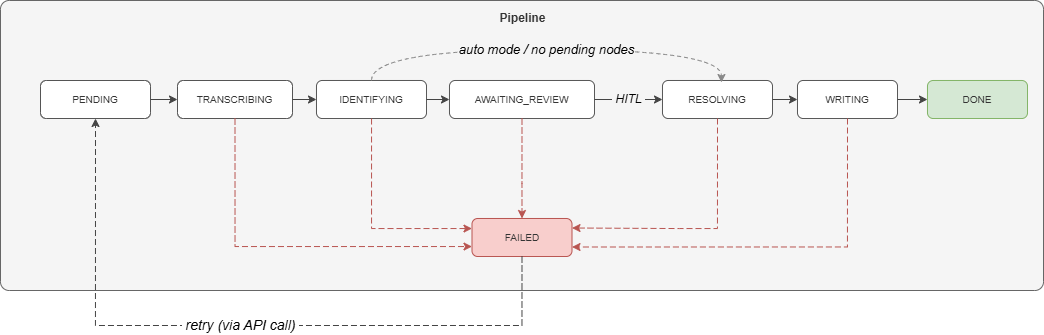
Earlier version of the draw.io export thesis/figures/job_lifecycle.drawio.png (josepmafe/seshat). Source tidied: cells renumbered, new cells last; positions are measured from the earlier drawing's top-left corner, leaving out a move shared by most shapes. Its diagram source:
```xml
<mxGraphModel>
  <root>
    <mxCell id="0" />
    <mxCell id="1" parent="0" />
    <mxCell id="2" value="Pipeline" style="rounded=1;arcSize=3;verticalAlign=top;html=1;fillColor=#f5f5f5;strokeColor=#666666;fontStyle=1;fontSize=12;fontFamily=Arial;fontColor=#333333;spacingTop=4;" parent="1" vertex="1">
      <mxGeometry width="1043" height="290" as="geometry" />
    </mxCell>
    <mxCell id="3" value="PENDING" style="rounded=1;whiteSpace=wrap;html=1;fillColor=#ffffff;strokeColor=#555555;fontSize=10;fontFamily=Arial;fontColor=#333333;" parent="1" vertex="1">
      <mxGeometry x="40" y="80" width="110" height="38" as="geometry" />
    </mxCell>
    <mxCell id="4" value="TRANSCRIBING" style="rounded=1;whiteSpace=wrap;html=1;fillColor=#ffffff;strokeColor=#555555;fontSize=10;fontFamily=Arial;fontColor=#333333;" parent="1" vertex="1">
      <mxGeometry x="177" y="80" width="115" height="38" as="geometry" />
    </mxCell>
    <mxCell id="5" value="IDENTIFYING" style="rounded=1;whiteSpace=wrap;html=1;fillColor=#ffffff;strokeColor=#555555;fontSize=10;fontFamily=Arial;fontColor=#333333;" parent="1" vertex="1">
      <mxGeometry x="316" y="80" width="110" height="38" as="geometry" />
    </mxCell>
    <mxCell id="6" value="AWAITING_REVIEW" style="rounded=1;whiteSpace=wrap;html=1;fillColor=#ffffff;strokeColor=#555555;fontSize=10;fontFamily=Arial;fontColor=#333333;" parent="1" vertex="1">
      <mxGeometry x="449" y="80" width="145" height="38" as="geometry" />
    </mxCell>
    <mxCell id="7" value="RESOLVING" style="rounded=1;whiteSpace=wrap;html=1;fillColor=#ffffff;strokeColor=#555555;fontSize=10;fontFamily=Arial;fontColor=#333333;" parent="1" vertex="1">
      <mxGeometry x="662" y="80" width="110" height="38" as="geometry" />
    </mxCell>
    <mxCell id="8" value="WRITING" style="rounded=1;whiteSpace=wrap;html=1;fillColor=#ffffff;strokeColor=#555555;fontSize=10;fontFamily=Arial;fontColor=#333333;" parent="1" vertex="1">
      <mxGeometry x="797" y="80" width="100" height="38" as="geometry" />
    </mxCell>
    <mxCell id="9" value="DONE" style="rounded=1;whiteSpace=wrap;html=1;fillColor=#d5e8d4;strokeColor=#82b366;fontSize=10;fontFamily=Arial;fontColor=#333333;" parent="1" vertex="1">
      <mxGeometry x="927" y="80" width="100" height="38" as="geometry" />
    </mxCell>
    <mxCell id="10" value="FAILED" style="rounded=1;whiteSpace=wrap;html=1;fillColor=#f8cecc;strokeColor=#b85450;fontSize=10;fontFamily=Arial;fontColor=#333333;" parent="1" vertex="1">
      <mxGeometry x="471.5" y="218" width="100" height="38" as="geometry" />
    </mxCell>
    <mxCell id="11" style="edgeStyle=orthogonalEdgeStyle;rounded=0;html=1;strokeColor=#444444;" parent="1" edge="1" source="3" target="4">
      <mxGeometry relative="1" as="geometry" />
    </mxCell>
    <mxCell id="12" style="edgeStyle=orthogonalEdgeStyle;rounded=0;html=1;strokeColor=#444444;" parent="1" edge="1" source="4" target="5">
      <mxGeometry relative="1" as="geometry" />
    </mxCell>
    <mxCell id="13" style="edgeStyle=orthogonalEdgeStyle;rounded=0;html=1;strokeColor=#444444;" parent="1" edge="1" source="5" target="6">
      <mxGeometry relative="1" as="geometry" />
    </mxCell>
    <mxCell id="14" value="&lt;i&gt;&lt;font style=&quot;font-size: 12px;&quot;&gt;&amp;nbsp;HITL&amp;nbsp;&lt;/font&gt;&lt;/i&gt;" style="edgeStyle=orthogonalEdgeStyle;rounded=0;html=1;strokeColor=#444444;fontSize=9;fontFamily=Arial;labelBackgroundColor=#f5f5f5;" parent="1" edge="1" source="6" target="7">
      <mxGeometry relative="1" as="geometry" />
    </mxCell>
    <mxCell id="15" value="&lt;i&gt;&lt;font style=&quot;font-size: 13px;&quot;&gt;auto mode / no pending nodes&lt;/font&gt;&lt;/i&gt;" style="edgeStyle=orthogonalEdgeStyle;rounded=0;html=1;strokeColor=#888888;dashed=1;dashPattern=4 3;fontSize=9;fontFamily=Arial;labelBackgroundColor=#f5f5f5;exitX=0.5;exitY=0;exitDx=0;exitDy=0;entryX=0.536;entryY=0.053;entryDx=0;entryDy=0;entryPerimeter=0;curved=1;" parent="1" edge="1" source="5" target="7">
      <mxGeometry relative="1" as="geometry">
        <Array as="points">
          <mxPoint x="371" y="49" />
          <mxPoint x="721" y="49" />
        </Array>
      </mxGeometry>
    </mxCell>
    <mxCell id="16" style="edgeStyle=orthogonalEdgeStyle;rounded=0;html=1;strokeColor=#444444;" parent="1" edge="1" source="7" target="8">
      <mxGeometry relative="1" as="geometry" />
    </mxCell>
    <mxCell id="17" style="edgeStyle=orthogonalEdgeStyle;rounded=0;html=1;strokeColor=#444444;" parent="1" edge="1" source="8" target="9">
      <mxGeometry relative="1" as="geometry" />
    </mxCell>
    <mxCell id="18" style="edgeStyle=orthogonalEdgeStyle;rounded=0;html=1;strokeColor=#b85450;dashed=1;dashPattern=6 3;exitX=0.5;exitY=1;exitDx=0;exitDy=0;" parent="1" edge="1" source="4" target="10">
      <mxGeometry relative="1" as="geometry">
        <Array as="points">
          <mxPoint x="235" y="246" />
        </Array>
      </mxGeometry>
    </mxCell>
    <mxCell id="19" style="edgeStyle=orthogonalEdgeStyle;rounded=0;html=1;strokeColor=#b85450;dashed=1;dashPattern=6 3;entryX=0;entryY=0.25;entryDx=0;entryDy=0;" parent="1" edge="1" source="5" target="10">
      <mxGeometry relative="1" as="geometry">
        <Array as="points">
          <mxPoint x="371" y="228" />
          <mxPoint x="471" y="228" />
        </Array>
      </mxGeometry>
    </mxCell>
    <mxCell id="20" style="edgeStyle=orthogonalEdgeStyle;rounded=0;html=1;strokeColor=#b85450;dashed=1;dashPattern=6 3;exitX=0.5;exitY=1;exitDx=0;exitDy=0;entryX=1;entryY=0.25;entryDx=0;entryDy=0;" parent="1" edge="1" source="7" target="10">
      <mxGeometry relative="1" as="geometry">
        <Array as="points">
          <mxPoint x="679" y="228" />
          <mxPoint x="571" y="228" />
        </Array>
      </mxGeometry>
    </mxCell>
    <mxCell id="21" style="edgeStyle=orthogonalEdgeStyle;rounded=0;html=1;strokeColor=#b85450;dashed=1;dashPattern=6 3;exitX=0.5;exitY=1;exitDx=0;exitDy=0;entryX=1;entryY=0.75;entryDx=0;entryDy=0;" parent="1" edge="1" source="8" target="10">
      <mxGeometry relative="1" as="geometry">
        <Array as="points">
          <mxPoint x="847" y="246" />
        </Array>
      </mxGeometry>
    </mxCell>
    <mxCell id="22" value="&lt;i&gt;&lt;font style=&quot;font-size: 14px;&quot;&gt;&amp;nbsp;retry (via API call)&amp;nbsp;&lt;/font&gt;&lt;/i&gt;" style="edgeStyle=orthogonalEdgeStyle;rounded=0;html=1;strokeColor=#444444;dashed=1;dashPattern=6 3;fontSize=9;fontFamily=Arial;labelBackgroundColor=#ffffff;exitX=0.5;exitY=1;exitDx=0;exitDy=0;entryX=0.5;entryY=1;entryDx=0;entryDy=0;" parent="1" edge="1" source="10" target="3">
      <mxGeometry relative="1" as="geometry">
        <Array as="points">
          <mxPoint x="521" y="325" />
          <mxPoint x="95" y="325" />
        </Array>
      </mxGeometry>
    </mxCell>
    <mxCell id="23" style="edgeStyle=orthogonalEdgeStyle;rounded=0;html=1;strokeColor=#b85450;dashed=1;dashPattern=6 3;exitX=0.5;exitY=1;exitDx=0;exitDy=0;entryX=0.5;entryY=0;entryDx=0;entryDy=0;" parent="1" edge="1" source="6" target="10">
      <mxGeometry relative="1" as="geometry">
        <Array as="points">
          <mxPoint x="522" y="183" />
          <mxPoint x="522" y="183" />
        </Array>
      </mxGeometry>
    </mxCell>
  </root>
</mxGraphModel>
```
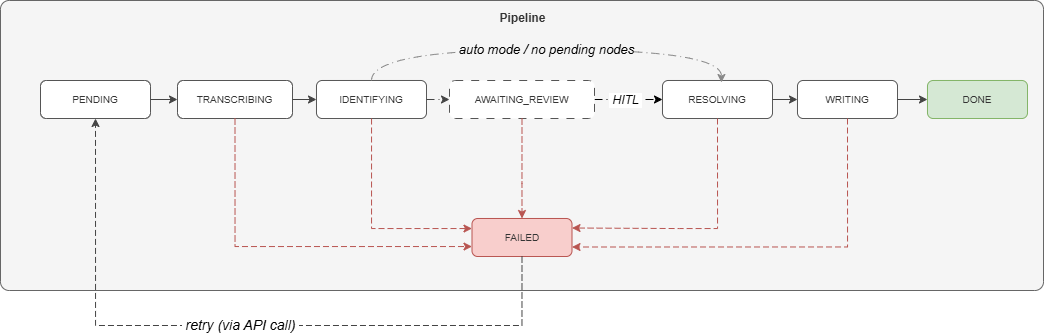
After the change.

The edit, as a diff of the source:
```diff
@@ -14,7 +14,15 @@
     <mxCell id="5" value="IDENTIFYING" style="rounded=1;whiteSpace=wrap;html=1;fillColor=#ffffff;strokeColor=#555555;fontSize=10;fontFamily=Arial;fontColor=#333333;" parent="1" vertex="1">
       <mxGeometry x="316" y="80" width="110" height="38" as="geometry" />
     </mxCell>
+    <mxCell id="24" style="edgeStyle=orthogonalEdgeStyle;rounded=0;jettySize=auto;html=1;exitX=1;exitY=0.5;exitDx=0;exitDy=0;dashed=1;dashPattern=8 4 1 4;" parent="1" edge="1" source="6" target="7">
+      <mxGeometry relative="1" as="geometry" />
+    </mxCell>
+    <mxCell id="14" value="&lt;i style=&quot;font-family: Arial; font-size: 9px;&quot;&gt;&lt;font style=&quot;font-size: 12px;&quot;&gt;&amp;nbsp;HITL&amp;nbsp;&lt;/font&gt;&lt;/i&gt;" style="edgeLabel;html=1;align=center;verticalAlign=middle;" parent="24" vertex="1">
+      <mxGeometry x="-0.05" relative="1" as="geometry">
+        <mxPoint x="-2" as="offset" />
+      </mxGeometry>
+    </mxCell>
-    <mxCell id="6" value="AWAITING_REVIEW" style="rounded=1;whiteSpace=wrap;html=1;fillColor=#ffffff;strokeColor=#555555;fontSize=10;fontFamily=Arial;fontColor=#333333;" parent="1" vertex="1">
+    <mxCell id="6" value="AWAITING_REVIEW" style="rounded=1;whiteSpace=wrap;html=1;fillColor=#ffffff;strokeColor=#555555;fontSize=10;fontFamily=Arial;fontColor=#333333;dashed=1;dashPattern=8 8;" parent="1" vertex="1">
       <mxGeometry x="449" y="80" width="145" height="38" as="geometry" />
     </mxCell>
     <mxCell id="7" value="RESOLVING" style="rounded=1;whiteSpace=wrap;html=1;fillColor=#ffffff;strokeColor=#555555;fontSize=10;fontFamily=Arial;fontColor=#333333;" parent="1" vertex="1">
@@ -35,13 +43,10 @@
     <mxCell id="12" style="edgeStyle=orthogonalEdgeStyle;rounded=0;html=1;strokeColor=#444444;" parent="1" edge="1" source="4" target="5">
       <mxGeometry relative="1" as="geometry" />
     </mxCell>
-    <mxCell id="13" style="edgeStyle=orthogonalEdgeStyle;rounded=0;html=1;strokeColor=#444444;" parent="1" edge="1" source="5" target="6">
+    <mxCell id="13" style="edgeStyle=orthogonalEdgeStyle;rounded=0;html=1;strokeColor=#444444;dashed=1;dashPattern=8 4 1 4;" parent="1" edge="1" source="5" target="6">
       <mxGeometry relative="1" as="geometry" />
     </mxCell>
-    <mxCell id="14" value="&lt;i&gt;&lt;font style=&quot;font-size: 12px;&quot;&gt;&amp;nbsp;HITL&amp;nbsp;&lt;/font&gt;&lt;/i&gt;" style="edgeStyle=orthogonalEdgeStyle;rounded=0;html=1;strokeColor=#444444;fontSize=9;fontFamily=Arial;labelBackgroundColor=#f5f5f5;" parent="1" edge="1" source="6" target="7">
-      <mxGeometry relative="1" as="geometry" />
-    </mxCell>
-    <mxCell id="15" value="&lt;i&gt;&lt;font style=&quot;font-size: 13px;&quot;&gt;auto mode / no pending nodes&lt;/font&gt;&lt;/i&gt;" style="edgeStyle=orthogonalEdgeStyle;rounded=0;html=1;strokeColor=#888888;dashed=1;dashPattern=4 3;fontSize=9;fontFamily=Arial;labelBackgroundColor=#f5f5f5;exitX=0.5;exitY=0;exitDx=0;exitDy=0;entryX=0.536;entryY=0.053;entryDx=0;entryDy=0;entryPerimeter=0;curved=1;" parent="1" edge="1" source="5" target="7">
+    <mxCell id="15" value="&lt;i&gt;&lt;font style=&quot;font-size: 13px;&quot;&gt;auto mode / no pending nodes&lt;/font&gt;&lt;/i&gt;" style="edgeStyle=orthogonalEdgeStyle;rounded=0;html=1;strokeColor=#888888;dashed=1;dashPattern=8 4 1 4;fontSize=9;fontFamily=Arial;labelBackgroundColor=#f5f5f5;exitX=0.5;exitY=0;exitDx=0;exitDy=0;entryX=0.536;entryY=0.053;entryDx=0;entryDy=0;entryPerimeter=0;curved=1;" parent="1" edge="1" source="5" target="7">
       <mxGeometry relative="1" as="geometry">
         <Array as="points">
           <mxPoint x="371" y="49" />
```
